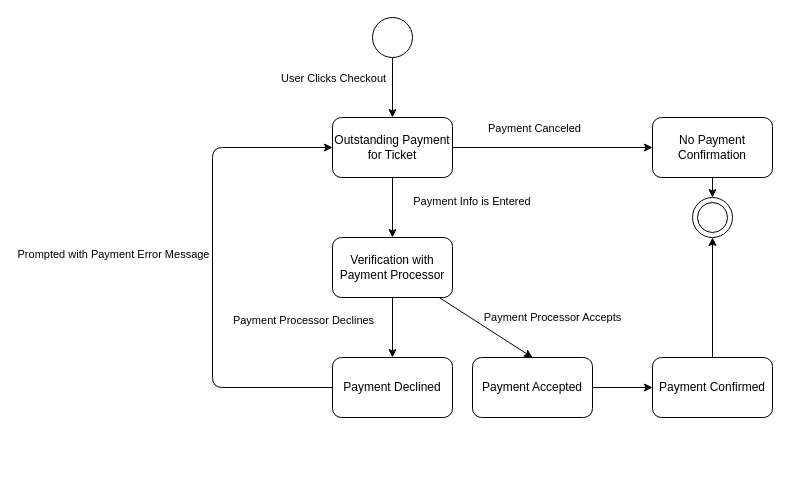
This is DesignDocuments/Diagrams/StateDiagrams/state_diagram_payment_object.drawio from folkg/movie-ticket-reservation-app, a draw.io file, before an edit. Source tidied: cells renumbered, new cells numbered last; positions are measured from the earlier drawing's top-left corner, leaving out a move shared by most shapes. Both pictures are drawn from the tidied source at 100%, with x=0, y=0 at pixel (212, 17).
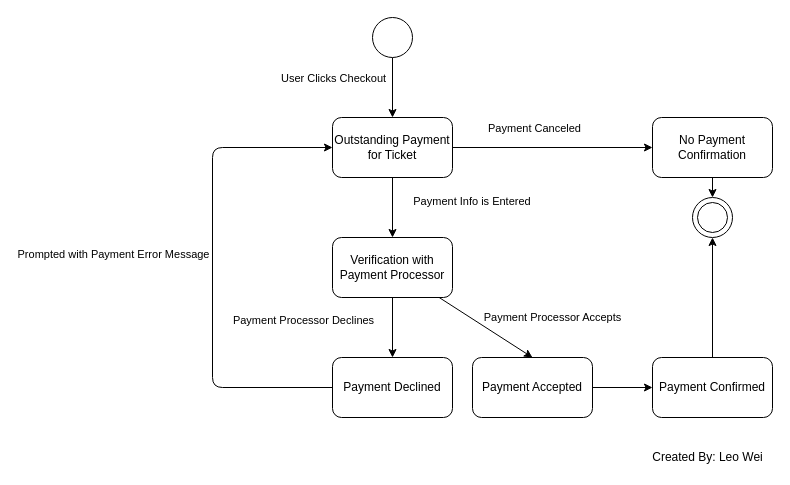
The same diagram, later.

Commit message (it also covers changes not shown here):
Adding Leo Credits

Diff of the diagram source:
```diff
@@
+    <mxCell id="26" value="&lt;font color=&quot;#000000&quot;&gt;Created By: Leo Wei&lt;/font&gt;" style="text;html=1;align=center;verticalAlign=middle;strokeColor=none;fillColor=none;" parent="1" vertex="1">
+      <mxGeometry x="430" y="430" width="130" height="20" as="geometry" />
+    </mxCell>
```
